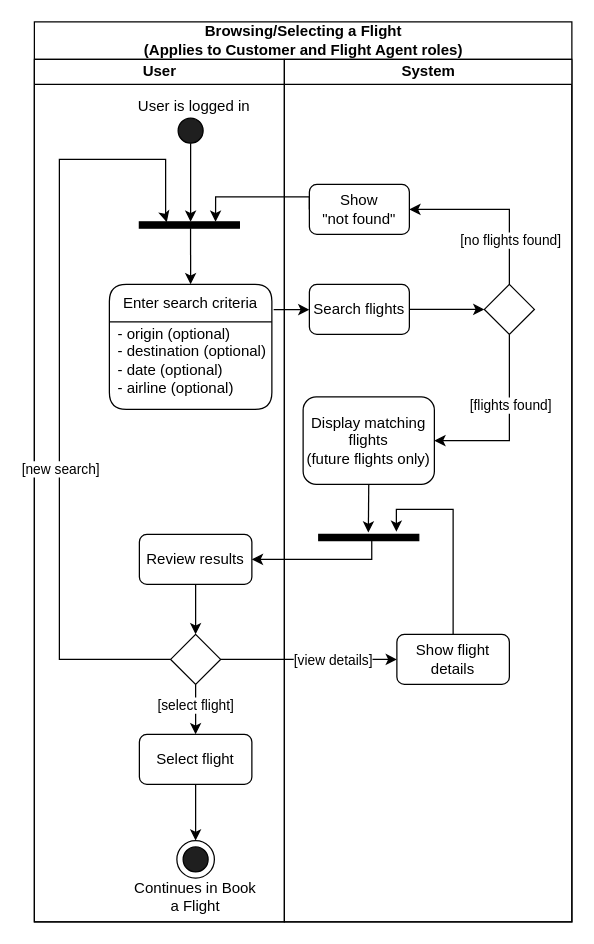
This is diagrams/BrowseSelectFlightCFAActivityDiagramV3.drawio from EricTHallett/ENSF-480-Term-Project, a draw.io file, before an edit. Source tidied: cells renumbered, new cells numbered last; positions are measured from the earlier drawing's top-left corner, leaving out a move shared by most shapes. Both pictures are drawn from the tidied source at 125%, with x=0, y=0 at pixel (34, 21).
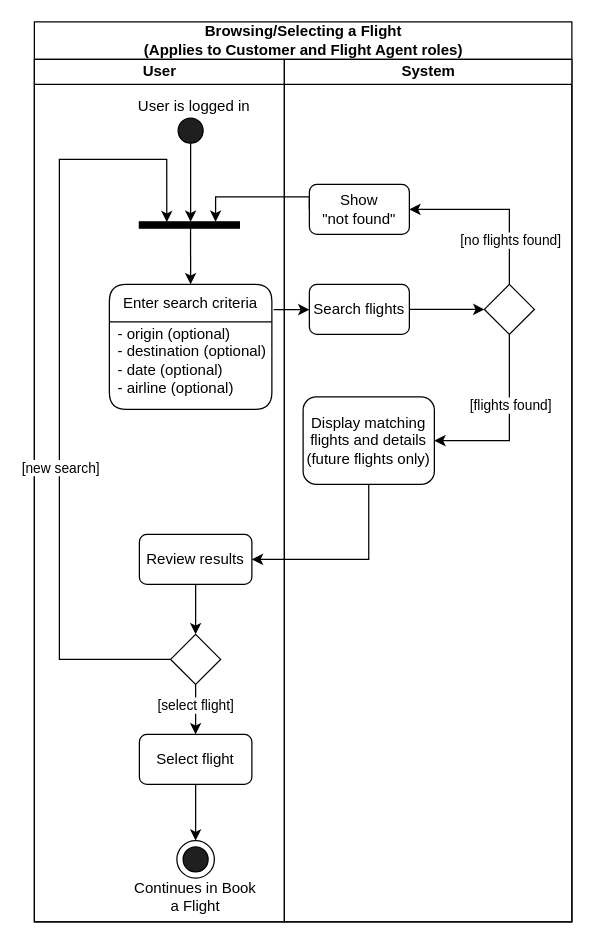
The same page after the edit.

Commit message (it also covers changes not shown here):
Removed view more details, because it feels redundant.

Unchanged cells that the change refers to:
```xml
<mxCell id="2" value="Browsing/Selecting a Flight&lt;br&gt;&lt;span style=&quot;background-color: transparent; color: light-dark(rgb(0, 0, 0), rgb(255, 255, 255));&quot;&gt;(Applies to Customer and Flight Agent roles)&lt;/span&gt;" style="swimlane;startSize=30;html=1;" parent="1" vertex="1">
  <mxGeometry width="430" height="720" as="geometry" />
</mxCell>
<mxCell id="3" value="User" style="swimlane;startSize=20;html=1;" parent="2" vertex="1">
  <mxGeometry y="30" width="200" height="690" as="geometry" />
</mxCell>
<mxCell id="6" value="&lt;span style=&quot;font-weight: normal;&quot;&gt;Enter search criteria&lt;/span&gt;" style="swimlane;whiteSpace=wrap;html=1;startSize=30;rounded=1;" parent="3" vertex="1">
  <mxGeometry x="60" y="180" width="130" height="100" as="geometry" />
</mxCell>
<mxCell id="10" value="Review results" style="rounded=1;whiteSpace=wrap;html=1;" parent="3" vertex="1">
  <mxGeometry x="84" y="380" width="90" height="40" as="geometry" />
</mxCell>
<mxCell id="15" style="rhombus;whiteSpace=wrap;html=1;" parent="3" vertex="1">
  <mxGeometry x="109" y="460" width="40" height="40" as="geometry" />
</mxCell>
<mxCell id="23" style="html=1;points=[];perimeter=orthogonalPerimeter;fillColor=strokeColor;direction=south;" parent="3" vertex="1">
  <mxGeometry x="84" y="130" width="80" height="5" as="geometry" />
</mxCell>
<mxCell id="27" value="System" style="swimlane;startSize=20;html=1;" parent="2" vertex="1">
  <mxGeometry x="200" y="30" width="230" height="690" as="geometry" />
</mxCell>
<mxCell id="29" value="Search flights" style="rounded=1;whiteSpace=wrap;html=1;" parent="27" vertex="1">
  <mxGeometry x="20" y="180" width="80" height="40" as="geometry" />
</mxCell>
```

The edit, as a diff of the source:
```diff
@@
     <mxCell id="13" style="edgeStyle=orthogonalEdgeStyle;rounded=0;jettySize=auto;html=1;exitX=0;exitY=0.5;exitDx=0;exitDy=0;entryX=0.046;entryY=0.726;entryDx=0;entryDy=0;entryPerimeter=0;" parent="3" edge="1" source="15" target="23">
-      <mxGeometry x="-0.14" relative="1" as="geometry">
+      <mxGeometry x="-0.15" relative="1" as="geometry">
         <Array as="points">
           <mxPoint x="20" y="480" />
           <mxPoint x="20" y="80" />
-          <mxPoint x="105" y="80" />
-          <mxPoint x="105" y="126.8" />
+          <mxPoint x="105.9" y="80" />
         </Array>
       </mxGeometry>
     </mxCell>
@@
-    <mxCell id="25" style="edgeStyle=orthogonalEdgeStyle;rounded=0;jettySize=auto;html=1;exitX=1;exitY=0.5;exitDx=0;exitDy=0;entryX=0;entryY=0.5;entryDx=0;entryDy=0;" parent="2" edge="1" source="15" target="38">
-      <mxGeometry relative="1" as="geometry" />
-    </mxCell>
-    <mxCell id="26" value="[view details]" style="edgeLabel;html=1;align=center;verticalAlign=middle;" parent="25" vertex="1">
-      <mxGeometry x="-0.09" y="3" relative="1" as="geometry">
-        <mxPoint x="25" y="3" as="offset" />
-      </mxGeometry>
-    </mxCell>
@@
+    <mxCell id="37" value="Display matching flights and details&lt;div&gt;(future flights only)&lt;/div&gt;" style="rounded=1;whiteSpace=wrap;html=1;" parent="27" vertex="1">
+      <mxGeometry x="15" y="270" width="105" height="70" as="geometry" />
+    </mxCell>
+    <mxCell id="42" style="edgeStyle=orthogonalEdgeStyle;rounded=0;jettySize=auto;html=1;exitX=1.011;exitY=0.202;exitDx=0;exitDy=0;entryX=0;entryY=0.5;entryDx=0;entryDy=0;exitPerimeter=0;" parent="2" edge="1" source="6" target="29">
+      <mxGeometry relative="1" as="geometry" />
+    </mxCell>
-    <mxCell id="36" style="edgeStyle=orthogonalEdgeStyle;rounded=0;jettySize=auto;html=1;exitX=0.5;exitY=1;exitDx=0;exitDy=0;entryX=1.294;entryY=0.496;entryDx=0;entryDy=0;entryPerimeter=0;" parent="27" edge="1" source="37" target="40">
-      <mxGeometry relative="1" as="geometry" />
+    <mxCell id="36" style="edgeStyle=orthogonalEdgeStyle;rounded=0;jettySize=auto;html=1;exitX=0.5;exitY=1;exitDx=0;exitDy=0;entryX=1;entryY=0.5;entryDx=0;entryDy=0;" parent="2" edge="1" source="37" target="10">
+      <mxGeometry x="-0.75" relative="1" as="geometry" />
     </mxCell>
-    <mxCell id="37" value="Display matching flights&lt;div&gt;(future flights only)&lt;/div&gt;" style="rounded=1;whiteSpace=wrap;html=1;" parent="27" vertex="1">
-      <mxGeometry x="15" y="270" width="105" height="70" as="geometry" />
-    </mxCell>
-    <mxCell id="38" value="Show flight details" style="rounded=1;whiteSpace=wrap;html=1;" parent="27" vertex="1">
-      <mxGeometry x="90" y="460" width="90" height="40" as="geometry" />
-    </mxCell>
-    <mxCell id="39" style="edgeStyle=orthogonalEdgeStyle;rounded=0;jettySize=auto;html=1;exitX=0.5;exitY=0;exitDx=0;exitDy=0;entryX=1.43;entryY=0.776;entryDx=0;entryDy=0;entryPerimeter=0;" parent="27" edge="1" source="38" target="40">
-      <mxGeometry x="-0.26" relative="1" as="geometry">
-        <Array as="points">
-          <mxPoint x="135" y="360" />
-          <mxPoint x="89.6" y="360" />
-        </Array>
-      </mxGeometry>
-    </mxCell>
-    <mxCell id="40" style="html=1;points=[];perimeter=orthogonalPerimeter;fillColor=strokeColor;rotation=-90;" parent="27" vertex="1">
-      <mxGeometry x="65" y="342.5" width="5" height="80" as="geometry" />
-    </mxCell>
-    <mxCell id="41" style="edgeStyle=orthogonalEdgeStyle;rounded=0;jettySize=auto;html=1;entryX=1;entryY=0.5;entryDx=0;entryDy=0;curved=0;exitX=0.069;exitY=0.53;exitDx=0;exitDy=0;exitPerimeter=0;" parent="2" edge="1" source="40" target="10">
-      <mxGeometry x="0.32" relative="1" as="geometry">
-        <Array as="points">
-          <mxPoint x="269.9" y="430" />
-        </Array>
-      </mxGeometry>
-    </mxCell>
-    <mxCell id="42" style="edgeStyle=orthogonalEdgeStyle;rounded=0;jettySize=auto;html=1;exitX=1.011;exitY=0.202;exitDx=0;exitDy=0;entryX=0;entryY=0.5;entryDx=0;entryDy=0;exitPerimeter=0;" parent="2" edge="1" source="6" target="29">
-      <mxGeometry relative="1" as="geometry" />
-    </mxCell>
```
